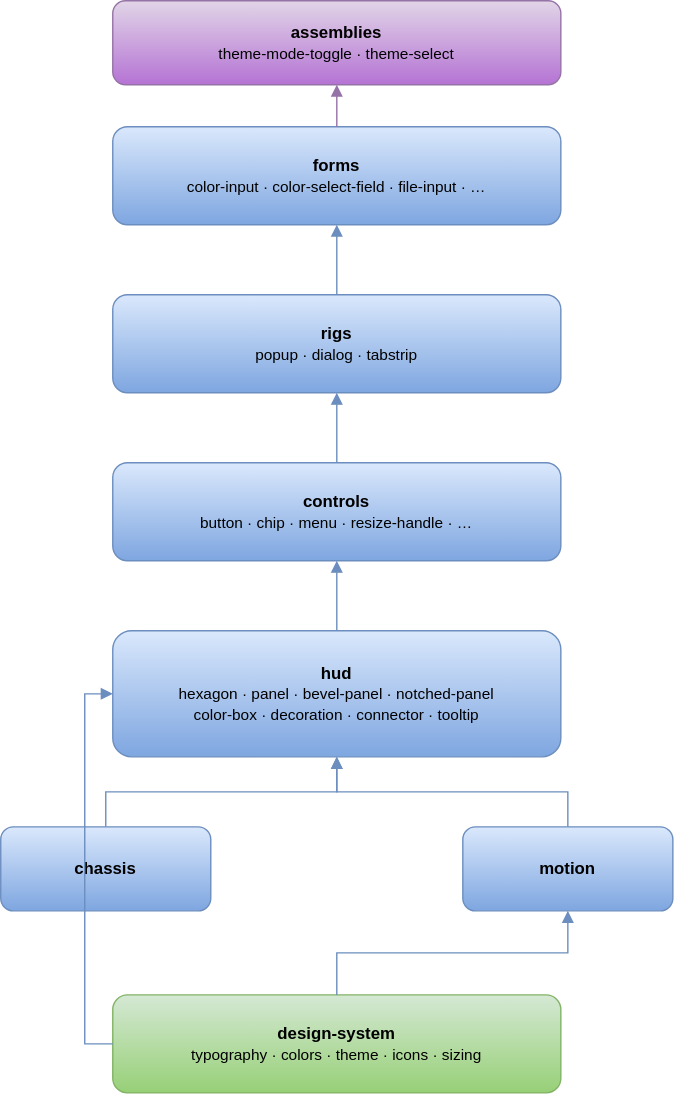
Before: docs/assets/ui-architecture.svg, a diagram exported from draw.io (the-dead-planet/nav-gauge). Source tidied: cells renumbered, new cells last; positions are measured from the earlier drawing's top-left corner, leaving out a move shared by most shapes. Its diagram source:
```xml
<mxGraphModel>
  <root>
    <mxCell id="0" />
    <mxCell id="1" parent="0" />
    <mxCell id="2" value="&lt;b&gt;assemblies&lt;/b&gt;&lt;br&gt;&lt;font style=&quot;font-size: 11px;&quot;&gt;theme-mode-toggle · theme-select&lt;/font&gt;" style="rounded=1;whiteSpace=wrap;html=1;fillColor=#e1d5e7;strokeColor=#9673a6;gradientColor=#b573d4;" parent="1" vertex="1">
      <mxGeometry x="80" width="320" height="60" as="geometry" />
    </mxCell>
    <mxCell id="3" value="&lt;b&gt;forms&lt;/b&gt;&lt;br&gt;&lt;font style=&quot;font-size: 11px;&quot;&gt;color-input · color-select-field · file-input · …&lt;/font&gt;" style="rounded=1;whiteSpace=wrap;html=1;fillColor=#dae8fc;strokeColor=#6c8ebf;gradientColor=#7ea6e0;" parent="1" vertex="1">
      <mxGeometry x="80" y="90" width="320" height="70" as="geometry" />
    </mxCell>
    <mxCell id="4" value="&lt;b&gt;rigs&lt;/b&gt;&lt;br&gt;&lt;font style=&quot;font-size: 11px;&quot;&gt;popup · dialog · tabstrip&lt;/font&gt;" style="rounded=1;whiteSpace=wrap;html=1;fillColor=#dae8fc;strokeColor=#6c8ebf;gradientColor=#7ea6e0;" parent="1" vertex="1">
      <mxGeometry x="80" y="210" width="320" height="70" as="geometry" />
    </mxCell>
    <mxCell id="5" value="&lt;b&gt;controls&lt;/b&gt;&lt;br&gt;&lt;font style=&quot;font-size: 11px;&quot;&gt;button · chip · menu · resize-handle · …&lt;/font&gt;" style="rounded=1;whiteSpace=wrap;html=1;fillColor=#dae8fc;strokeColor=#6c8ebf;gradientColor=#7ea6e0;" parent="1" vertex="1">
      <mxGeometry x="80" y="330" width="320" height="70" as="geometry" />
    </mxCell>
    <mxCell id="6" value="&lt;b&gt;hud&lt;/b&gt;&lt;br&gt;&lt;font style=&quot;font-size: 11px;&quot;&gt;hexagon · panel · bevel-panel · notched-panel&lt;br&gt;color-box · decoration · connector · tooltip&lt;/font&gt;" style="rounded=1;whiteSpace=wrap;html=1;fillColor=#dae8fc;strokeColor=#6c8ebf;gradientColor=#7ea6e0;" parent="1" vertex="1">
      <mxGeometry x="80" y="450" width="320" height="90" as="geometry" />
    </mxCell>
    <mxCell id="7" value="&lt;b&gt;chassis&lt;/b&gt;" style="rounded=1;whiteSpace=wrap;html=1;fillColor=#dae8fc;strokeColor=#6c8ebf;gradientColor=#7ea6e0;" parent="1" vertex="1">
      <mxGeometry y="590" width="150" height="60" as="geometry" />
    </mxCell>
    <mxCell id="8" value="&lt;b&gt;motion&lt;/b&gt;" style="rounded=1;whiteSpace=wrap;html=1;fillColor=#dae8fc;strokeColor=#6c8ebf;gradientColor=#7ea6e0;" parent="1" vertex="1">
      <mxGeometry x="330" y="590" width="150" height="60" as="geometry" />
    </mxCell>
    <mxCell id="9" value="&lt;b&gt;design-system&lt;/b&gt;&lt;br&gt;&lt;font style=&quot;font-size: 11px;&quot;&gt;typography · colors · theme · icons · sizing&lt;/font&gt;" style="rounded=1;whiteSpace=wrap;html=1;fillColor=#d5e8d4;strokeColor=#82b366;gradientColor=#97d077;" parent="1" vertex="1">
      <mxGeometry x="80" y="710" width="320" height="70" as="geometry" />
    </mxCell>
    <mxCell id="10" style="edgeStyle=orthogonalEdgeStyle;rounded=0;jettySize=auto;html=1;endArrow=block;strokeColor=#6c8ebf;" parent="1" edge="1" source="9">
      <mxGeometry relative="1" as="geometry" />
    </mxCell>
    <mxCell id="11" style="edgeStyle=orthogonalEdgeStyle;rounded=0;jettySize=auto;html=1;endArrow=block;strokeColor=#6c8ebf;" parent="1" edge="1" source="9" target="8">
      <mxGeometry relative="1" as="geometry" />
    </mxCell>
    <mxCell id="12" style="edgeStyle=orthogonalEdgeStyle;rounded=0;jettySize=auto;html=1;endArrow=block;strokeColor=#6c8ebf;exitX=0;exitY=0.5;exitDx=0;exitDy=0;entryX=0;entryY=0.5;entryDx=0;entryDy=0;" parent="1" edge="1" source="9" target="6">
      <mxGeometry relative="1" as="geometry" />
    </mxCell>
    <mxCell id="13" style="edgeStyle=orthogonalEdgeStyle;rounded=0;jettySize=auto;html=1;endArrow=block;strokeColor=#6c8ebf;" parent="1" edge="1" source="7" target="6">
      <mxGeometry relative="1" as="geometry" />
    </mxCell>
    <mxCell id="14" style="edgeStyle=orthogonalEdgeStyle;rounded=0;jettySize=auto;html=1;endArrow=block;strokeColor=#6c8ebf;" parent="1" edge="1" source="8" target="6">
      <mxGeometry relative="1" as="geometry" />
    </mxCell>
    <mxCell id="15" style="edgeStyle=orthogonalEdgeStyle;rounded=0;jettySize=auto;html=1;endArrow=block;strokeColor=#6c8ebf;" parent="1" edge="1" source="6" target="5">
      <mxGeometry relative="1" as="geometry" />
    </mxCell>
    <mxCell id="16" style="edgeStyle=orthogonalEdgeStyle;rounded=0;jettySize=auto;html=1;endArrow=block;strokeColor=#6c8ebf;" parent="1" edge="1" source="5" target="4">
      <mxGeometry relative="1" as="geometry" />
    </mxCell>
    <mxCell id="17" style="edgeStyle=orthogonalEdgeStyle;rounded=0;jettySize=auto;html=1;endArrow=block;strokeColor=#6c8ebf;" parent="1" edge="1" source="4" target="3">
      <mxGeometry relative="1" as="geometry" />
    </mxCell>
    <mxCell id="18" style="edgeStyle=orthogonalEdgeStyle;rounded=0;jettySize=auto;html=1;endArrow=block;strokeColor=#9673a6;" parent="1" edge="1" source="3" target="2">
      <mxGeometry relative="1" as="geometry" />
    </mxCell>
  </root>
</mxGraphModel>
```
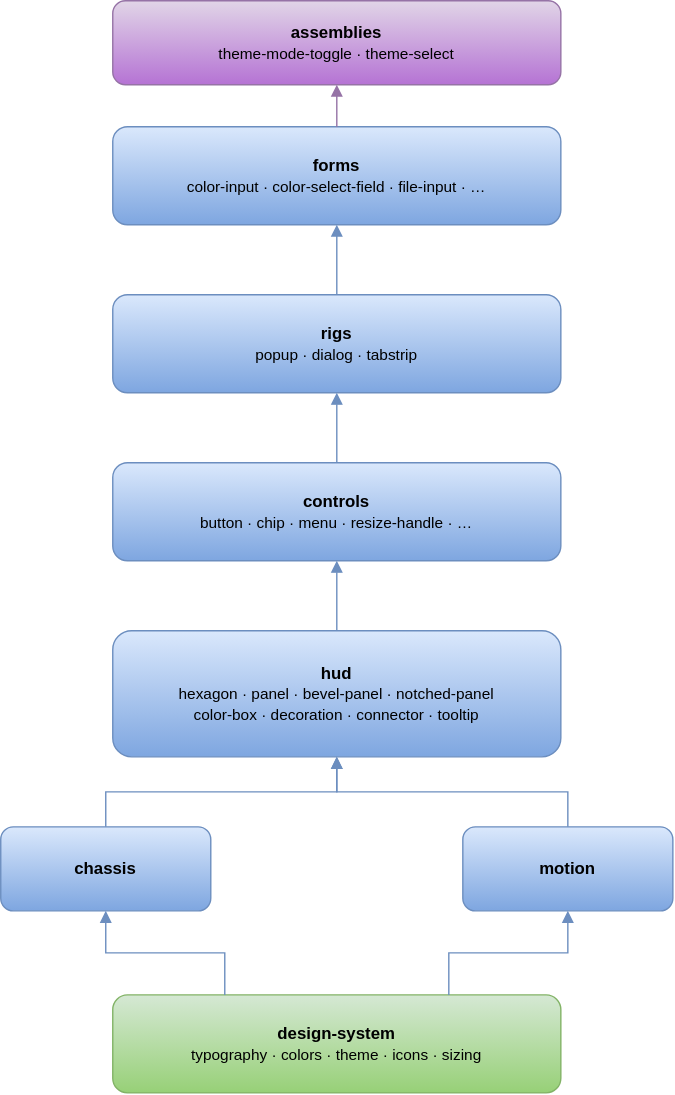
After the change.

What changed in the source:
```diff
@@ -29,10 +29,10 @@
     <mxCell id="10" style="edgeStyle=orthogonalEdgeStyle;rounded=0;jettySize=auto;html=1;endArrow=block;strokeColor=#6c8ebf;" parent="1" edge="1" source="9">
       <mxGeometry relative="1" as="geometry" />
     </mxCell>
-    <mxCell id="11" style="edgeStyle=orthogonalEdgeStyle;rounded=0;jettySize=auto;html=1;endArrow=block;strokeColor=#6c8ebf;" parent="1" edge="1" source="9" target="8">
-      <mxGeometry relative="1" as="geometry" />
+    <mxCell id="11" style="edgeStyle=orthogonalEdgeStyle;rounded=0;jettySize=auto;html=1;endArrow=block;strokeColor=#6c8ebf;exitX=0.75;exitY=0;exitDx=0;exitDy=0;" parent="1" edge="1" source="9" target="8">
+      <mxGeometry x="-0.54" relative="1" as="geometry" />
     </mxCell>
-    <mxCell id="12" style="edgeStyle=orthogonalEdgeStyle;rounded=0;jettySize=auto;html=1;endArrow=block;strokeColor=#6c8ebf;exitX=0;exitY=0.5;exitDx=0;exitDy=0;entryX=0;entryY=0.5;entryDx=0;entryDy=0;" parent="1" edge="1" source="9" target="6">
+    <mxCell id="12" style="edgeStyle=orthogonalEdgeStyle;rounded=0;jettySize=auto;html=1;endArrow=block;strokeColor=#6c8ebf;exitX=0.25;exitY=0;exitDx=0;exitDy=0;entryX=0.5;entryY=1;entryDx=0;entryDy=0;" parent="1" edge="1" source="9" target="7">
       <mxGeometry relative="1" as="geometry" />
     </mxCell>
     <mxCell id="13" style="edgeStyle=orthogonalEdgeStyle;rounded=0;jettySize=auto;html=1;endArrow=block;strokeColor=#6c8ebf;" parent="1" edge="1" source="7" target="6">
```
